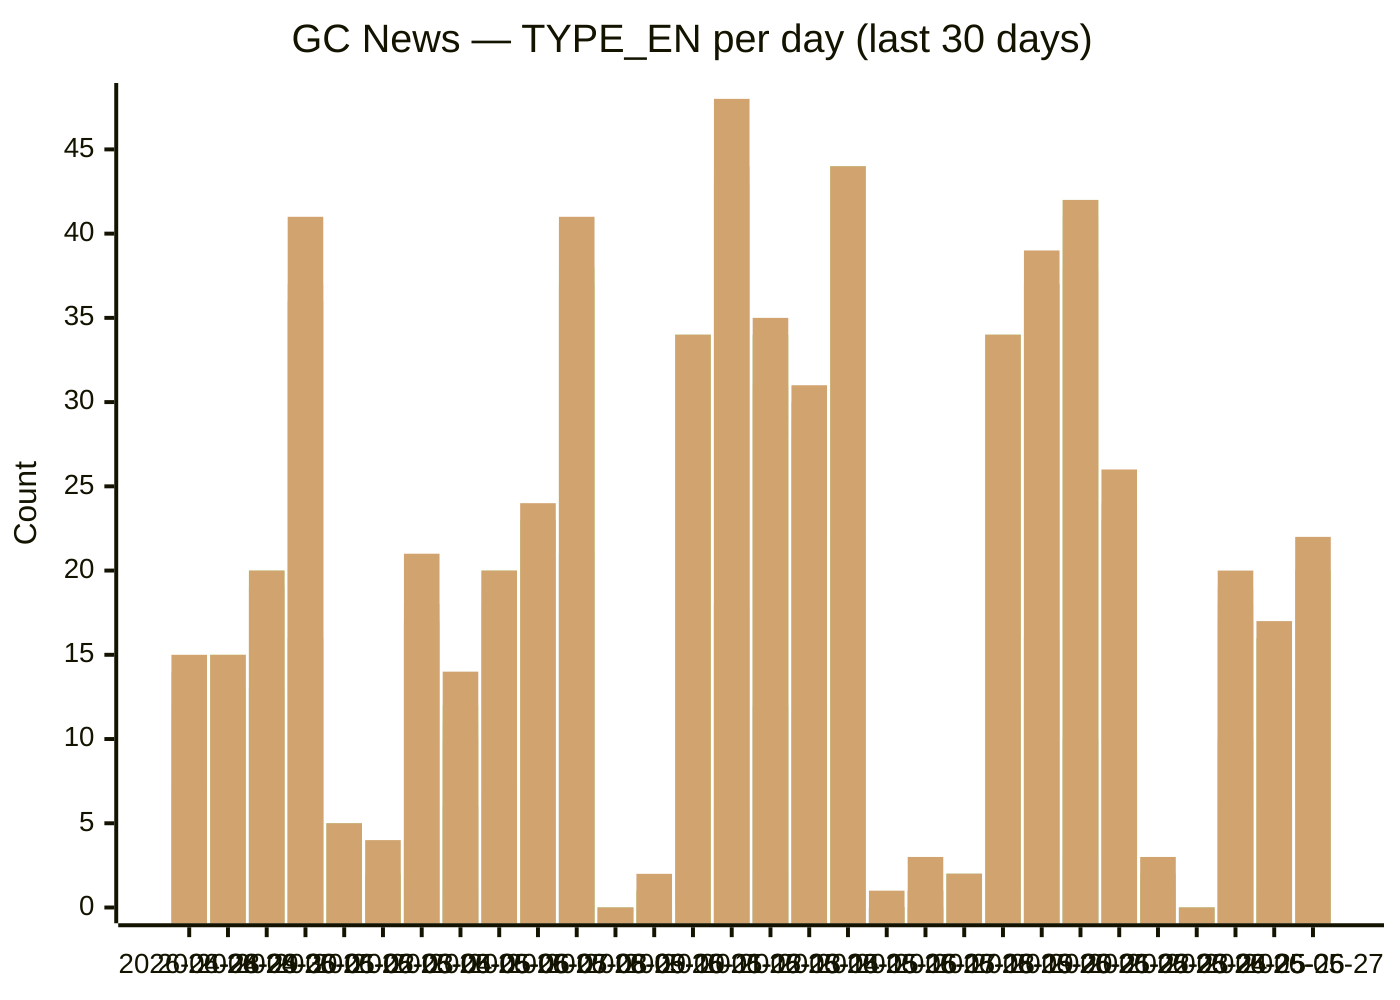
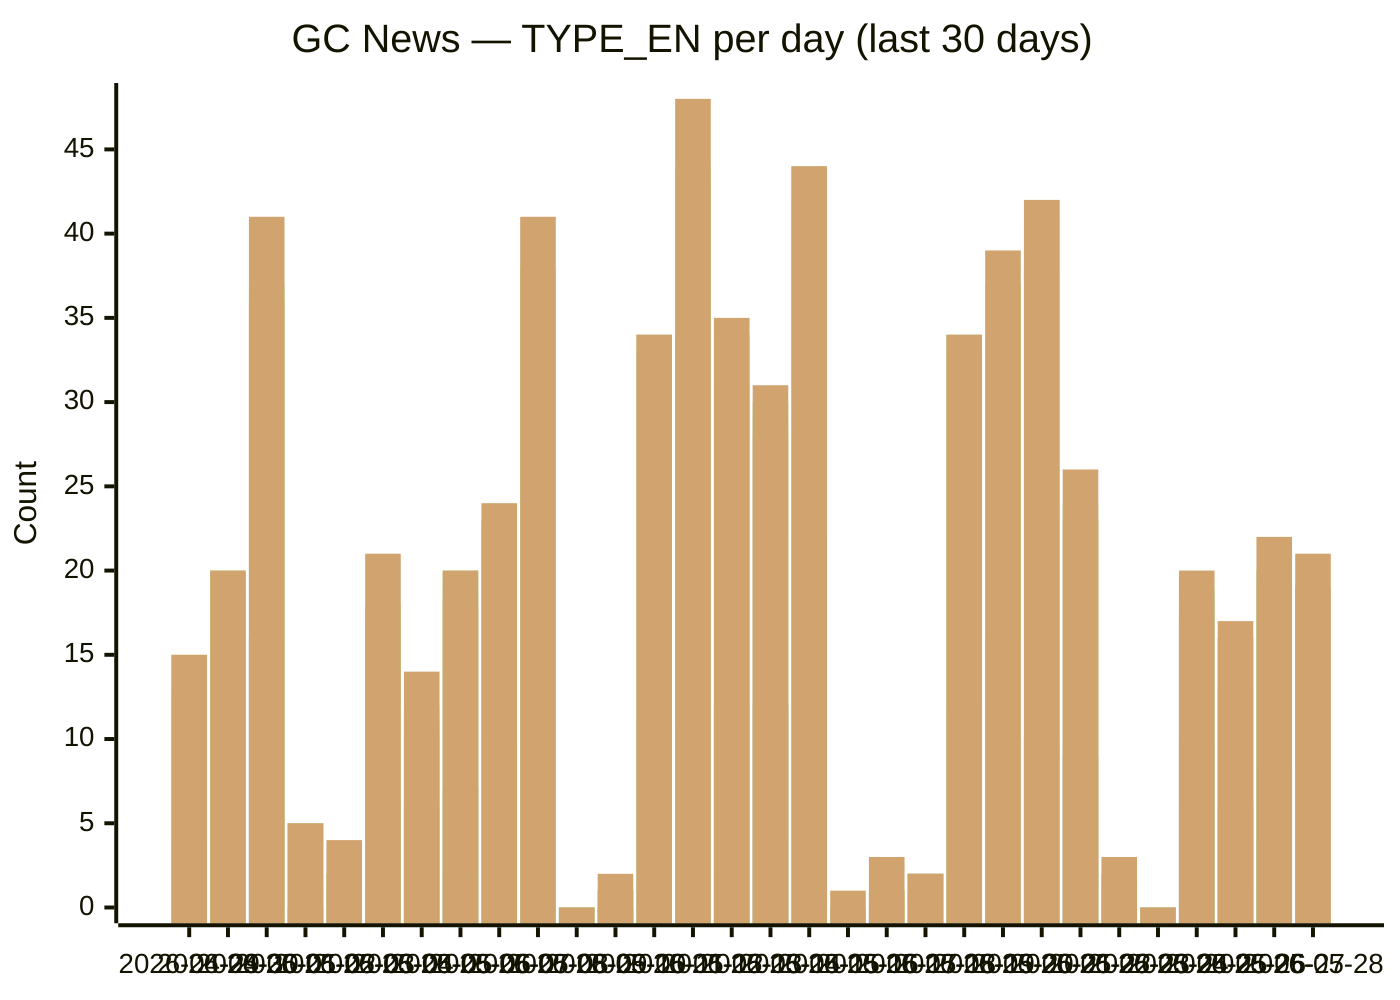
xychart-beta
  title "GC News — TYPE_EN per day (last 30 days)"
-   x-axis [2026-04-28, 2026-04-29, 2026-04-30, 2026-05-01, 2026-05-02, 2026-05-03, 2026-05-04, 2026-05-05, 2026-05-06, 2026-05-07, 2026-05-08, 2026-05-09, 2026-05-10, 2026-05-11, 2026-05-12, 2026-05-13, 2026-05-14, 2026-05-15, 2026-05-16, 2026-05-17, 2026-05-18, 2026-05-19, 2026-05-20, 2026-05-21, 2026-05-22, 2026-05-23, 2026-05-24, 2026-05-25, 2026-05-26, 2026-05-27]
+   x-axis [2026-04-29, 2026-04-30, 2026-05-01, 2026-05-02, 2026-05-03, 2026-05-04, 2026-05-05, 2026-05-06, 2026-05-07, 2026-05-08, 2026-05-09, 2026-05-10, 2026-05-11, 2026-05-12, 2026-05-13, 2026-05-14, 2026-05-15, 2026-05-16, 2026-05-17, 2026-05-18, 2026-05-19, 2026-05-20, 2026-05-21, 2026-05-22, 2026-05-23, 2026-05-24, 2026-05-25, 2026-05-26, 2026-05-27, 2026-05-28]
  y-axis "Count" 0 --> 48
-   bar backgrounders [1, 0, 1, 1, 0, 0, 2, 1, 2, 0, 5, 0, 0, 2, 6, 2, 4, 5, 0, 0, 0, 1, 1, 3, 3, 0, 0, 6, 1, 4]
-   bar "media advisories" [7, 4, 13, 16, 0, 1, 4, 6, 7, 10, 21, 0, 0, 11, 18, 12, 12, 22, 0, 0, 2, 12, 16, 10, 9, 1, 0, 10, 6, 8]
-   bar "news releases" [11, 13, 19, 36, 5, 2, 17, 10, 18, 23, 37, 0, 1, 33, 43, 31, 28, 42, 0, 1, 2, 33, 37, 38, 23, 2, 0, 17, 13, 19]
-   bar readouts [12, 13, 19, 36, 5, 2, 17, 11, 19, 23, 37, 0, 1, 34, 43, 34, 29, 44, 0, 1, 2, 34, 37, 41, 23, 2, 0, 18, 16, 20]
-   bar speeches [14, 15, 20, 37, 5, 2, 18, 12, 20, 23, 38, 0, 1, 34, 44, 34, 30, 44, 0, 1, 2, 34, 37, 42, 24, 2, 0, 19, 16, 20]
-   bar statements [15, 15, 20, 41, 5, 4, 21, 14, 20, 24, 41, 0, 2, 34, 48, 35, 31, 44, 1, 3, 2, 34, 39, 42, 26, 3, 0, 20, 17, 22]
+   bar backgrounders [0, 1, 1, 0, 0, 2, 1, 2, 0, 5, 0, 0, 2, 6, 2, 4, 5, 0, 0, 0, 1, 1, 3, 3, 0, 0, 6, 1, 4, 1]
+   bar "media advisories" [4, 13, 16, 0, 1, 4, 6, 7, 10, 21, 0, 0, 11, 18, 12, 12, 22, 0, 0, 2, 12, 16, 10, 9, 1, 0, 10, 6, 8, 5]
+   bar "news releases" [13, 19, 36, 5, 2, 17, 10, 18, 23, 37, 0, 1, 33, 43, 31, 28, 42, 0, 1, 2, 33, 37, 38, 23, 2, 0, 17, 13, 19, 19]
+   bar readouts [13, 19, 36, 5, 2, 17, 11, 19, 23, 37, 0, 1, 34, 43, 34, 29, 44, 0, 1, 2, 34, 37, 41, 23, 2, 0, 18, 16, 20, 19]
+   bar speeches [15, 20, 37, 5, 2, 18, 12, 20, 23, 38, 0, 1, 34, 44, 34, 30, 44, 0, 1, 2, 34, 37, 42, 24, 2, 0, 19, 16, 20, 19]
+   bar statements [15, 20, 41, 5, 4, 21, 14, 20, 24, 41, 0, 2, 34, 48, 35, 31, 44, 1, 3, 2, 34, 39, 42, 26, 3, 0, 20, 17, 22, 21]
